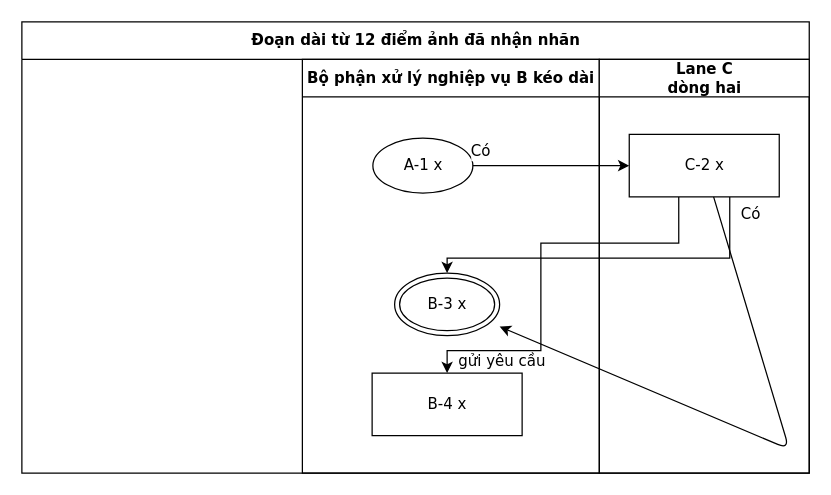
The draw.io diagram conformance/merge/fuzz-38/flow.drawio in luytbq/flowcast, before the edit. Source tidied: cells renumbered, new cells numbered last; positions are measured from the earlier drawing's top-left corner, leaving out a move shared by most shapes. Both pictures are drawn from the tidied source at 125%, with x=0, y=0 at pixel (21, 21).
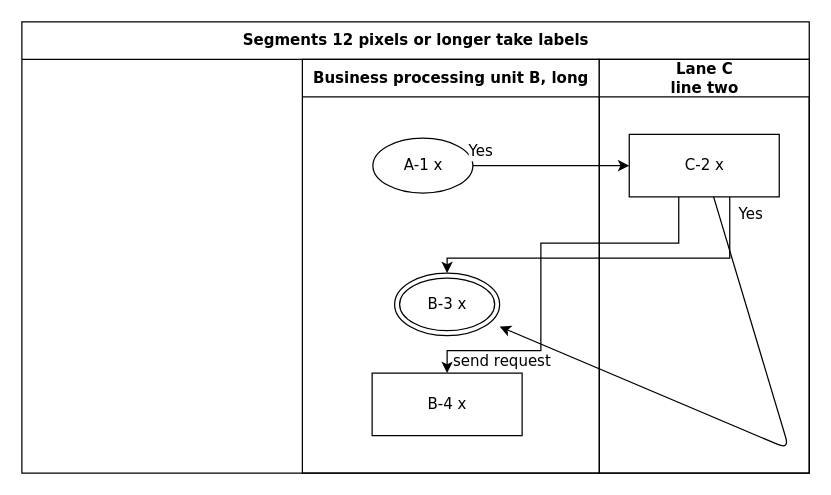
The same page after the edit.

What changed in the source:
```diff
@@
 <mxGraphModel>
   <root>
     <mxCell id="0" />
     <mxCell id="1" parent="0" />
-    <mxCell id="2" value="Đoạn dài từ 12 điểm ảnh đã nhận nhãn" style="swimlane;html=1;startSize=30;fontStyle=1;fontFamily=Verdana;fontSize=12;" parent="1" vertex="1">
+    <mxCell id="2" value="Segments 12 pixels or longer take labels" style="swimlane;html=1;startSize=30;fontStyle=1;fontFamily=Verdana;fontSize=12;" parent="1" vertex="1">
       <mxGeometry width="629.9" height="361" as="geometry" />
     </mxCell>
-    <mxCell id="3" value="Bộ phận xử lý nghiệp vụ B kéo dài" style="swimlane;html=1;startSize=30;fontFamily=Verdana;fontSize=12;" parent="2" vertex="1">
+    <mxCell id="3" value="Business processing unit B, long" style="swimlane;html=1;startSize=30;fontFamily=Verdana;fontSize=12;" parent="2" vertex="1">
       <mxGeometry x="224.4" y="30" width="237.6" height="331" as="geometry" />
     </mxCell>
-    <mxCell id="4" value="Lane C&lt;br&gt;dòng hai" style="swimlane;html=1;startSize=30;fontFamily=Verdana;fontSize=12;" parent="2" vertex="1">
+    <mxCell id="4" value="Lane C&lt;br&gt;line two" style="swimlane;html=1;startSize=30;fontFamily=Verdana;fontSize=12;" parent="2" vertex="1">
       <mxGeometry x="461.9" y="30" width="168" height="331" as="geometry" />
     </mxCell>
     <mxCell id="5" value="A-1 x" style="ellipse;html=1;fontFamily=Verdana;fontSize=12;" parent="3" vertex="1">
       <mxGeometry x="56.4" y="63" width="80" height="44" as="geometry" />
     </mxCell>
     <mxCell id="6" value="C-2 x" style="rounded=0;html=1;fontFamily=Verdana;fontSize=12;" parent="4" vertex="1">
       <mxGeometry x="24" y="60" width="120" height="50" as="geometry" />
     </mxCell>
     <mxCell id="7" value="B-3 x" style="shape=doubleEllipse;html=1;fontFamily=Verdana;fontSize=12;" parent="3" vertex="1">
       <mxGeometry x="73.8" y="171" width="84" height="50" as="geometry" />
     </mxCell>
     <mxCell id="8" value="B-4 x" style="rounded=0;html=1;fontFamily=Verdana;fontSize=12;" parent="3" vertex="1">
       <mxGeometry x="55.8" y="251" width="120" height="50" as="geometry" />
     </mxCell>
-    <mxCell id="9" value="Có" style="edgeStyle=orthogonalEdgeStyle;rounded=0;jettySize=auto;html=1;labelBackgroundColor=default;exitX=1;exitY=0.5;exitDx=0;exitDy=0;entryX=0;entryY=0.5;entryDx=0;entryDy=0;fontFamily=Verdana;fontSize=12;" parent="2" edge="1" source="5" target="6">
+    <mxCell id="9" value="Yes" style="edgeStyle=orthogonalEdgeStyle;rounded=0;jettySize=auto;html=1;labelBackgroundColor=default;exitX=1;exitY=0.5;exitDx=0;exitDy=0;entryX=0;entryY=0.5;entryDx=0;entryDy=0;fontFamily=Verdana;fontSize=12;" parent="2" edge="1" source="5" target="6">
       <mxGeometry x="-0.9" relative="1" as="geometry">
         <mxPoint y="-11.5" as="offset" />
       </mxGeometry>
     </mxCell>
-    <mxCell id="10" value="gửi yêu cầu" style="edgeStyle=orthogonalEdgeStyle;rounded=0;jettySize=auto;html=1;labelBackgroundColor=default;exitX=0.33;exitY=1;exitDx=0;exitDy=0;entryX=0.5;entryY=0;entryDx=0;entryDy=0;fontFamily=Verdana;fontSize=12;" parent="2" edge="1" source="6" target="8">
+    <mxCell id="10" value="send request" style="edgeStyle=orthogonalEdgeStyle;rounded=0;jettySize=auto;html=1;labelBackgroundColor=default;exitX=0.33;exitY=1;exitDx=0;exitDy=0;entryX=0.5;entryY=0;entryDx=0;entryDy=0;fontFamily=Verdana;fontSize=12;" parent="2" edge="1" source="6" target="8">
       <mxGeometry x="0.94" relative="1" as="geometry">
         <Array as="points">
           <mxPoint x="525.9" y="177" />
           <mxPoint x="415.2" y="177" />
           <mxPoint x="415.2" y="263" />
           <mxPoint x="340.2" y="263" />
         </Array>
         <mxPoint x="44" as="offset" />
       </mxGeometry>
     </mxCell>
-    <mxCell id="11" value="Có" style="edgeStyle=orthogonalEdgeStyle;rounded=0;jettySize=auto;html=1;labelBackgroundColor=default;exitX=0.67;exitY=1;exitDx=0;exitDy=0;entryX=0.5;entryY=0;entryDx=0;entryDy=0;fontFamily=Verdana;fontSize=12;" parent="2" edge="1" source="6" target="7">
+    <mxCell id="11" value="Yes" style="edgeStyle=orthogonalEdgeStyle;rounded=0;jettySize=auto;html=1;labelBackgroundColor=default;exitX=0.67;exitY=1;exitDx=0;exitDy=0;entryX=0.5;entryY=0;entryDx=0;entryDy=0;fontFamily=Verdana;fontSize=12;" parent="2" edge="1" source="6" target="7">
       <mxGeometry x="-0.9" relative="1" as="geometry">
         <Array as="points">
           <mxPoint x="565.9" y="189" />
           <mxPoint x="340.2" y="189" />
         </Array>
         <mxPoint x="16.8" as="offset" />
       </mxGeometry>
     </mxCell>
     <mxCell id="12" style="endArrow=classic;html=1;" parent="1" edge="1" source="6" target="7">
       <mxGeometry relative="1" as="geometry">
         <Array as="points">
           <mxPoint x="613.9" y="341.9" />
         </Array>
         <mxPoint x="3" y="4" as="offset" />
       </mxGeometry>
     </mxCell>
   </root>
 </mxGraphModel>
```
